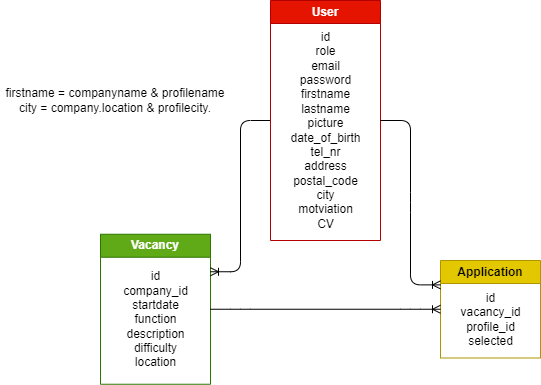
Earlier version of the draw.io export documents/design/VAC-ERD-Uitgewerkt-gegevensmodel-TV-v2.drawio.png (TizianoVotano/educom-symfony). Source tidied: cells renumbered, new cells last; positions are measured from the earlier drawing's top-left corner, leaving out a move shared by most shapes. Source of this version:
```xml
<mxGraphModel background="#ffffff">
  <root>
    <mxCell id="0" />
    <mxCell id="1" parent="0" />
    <mxCell id="2" value="Vacancy" style="swimlane;whiteSpace=wrap;html=1;fillColor=#60a917;fontColor=#ffffff;strokeColor=#2D7600;" parent="1" vertex="1">
      <mxGeometry x="100" y="233.8" width="110" height="150" as="geometry" />
    </mxCell>
    <mxCell id="3" value="&lt;div&gt;id&lt;/div&gt;&lt;div&gt;company_id&lt;br&gt;&lt;/div&gt;&lt;div&gt;startdate&lt;/div&gt;&lt;div&gt;function&lt;/div&gt;&lt;div&gt;description&lt;/div&gt;&lt;div&gt;difficulty&lt;/div&gt;&lt;div&gt;location&lt;/div&gt;" style="text;html=1;align=center;verticalAlign=middle;strokeColor=none;fillColor=none;fontColor=#000000;" parent="2" vertex="1">
      <mxGeometry x="10" y="30" width="90" height="110" as="geometry" />
    </mxCell>
    <mxCell id="4" value="Application" style="swimlane;whiteSpace=wrap;html=1;fillColor=#e3c800;fontColor=#000000;strokeColor=#B09500;" parent="1" vertex="1">
      <mxGeometry x="440" y="260" width="100" height="97.5" as="geometry" />
    </mxCell>
    <mxCell id="5" value="&lt;div&gt;id&lt;/div&gt;&lt;div&gt;vacancy_id&lt;/div&gt;&lt;div&gt;profile_id&lt;/div&gt;&lt;div&gt;selected&lt;/div&gt;" style="text;html=1;align=center;verticalAlign=middle;strokeColor=none;fillColor=none;fontColor=#000000;" parent="4" vertex="1">
      <mxGeometry x="10" y="23.8" width="80" height="70" as="geometry" />
    </mxCell>
    <mxCell id="6" style="edgeStyle=entityRelationEdgeStyle;fontSize=12;html=1;endArrow=ERoneToMany;exitX=0;exitY=0.5;exitDx=0;exitDy=0;entryX=1;entryY=0.25;entryDx=0;entryDy=0;strokeColor=#000000;" parent="1" edge="1" source="8" target="2">
      <mxGeometry relative="1" as="geometry" />
    </mxCell>
    <mxCell id="7" style="edgeStyle=entityRelationEdgeStyle;fontSize=12;html=1;endArrow=ERoneToMany;entryX=0;entryY=0.5;entryDx=0;entryDy=0;exitX=1;exitY=0.5;exitDx=0;exitDy=0;strokeColor=#000000;" parent="1" edge="1" source="2" target="4">
      <mxGeometry relative="1" as="geometry" />
    </mxCell>
    <mxCell id="8" value="User" style="swimlane;whiteSpace=wrap;html=1;fillColor=#e51400;fontColor=#ffffff;strokeColor=#B20000;" parent="1" vertex="1">
      <mxGeometry x="270" width="110" height="240" as="geometry" />
    </mxCell>
    <mxCell id="9" value="&lt;div&gt;id&lt;/div&gt;&lt;div&gt;role&lt;/div&gt;&lt;div&gt;email&lt;/div&gt;&lt;div&gt;password&lt;/div&gt;&lt;div&gt;firstname&lt;/div&gt;&lt;div&gt;lastname&lt;/div&gt;&lt;div&gt;picture&lt;/div&gt;&lt;div&gt;date_of_birth&lt;/div&gt;&lt;div&gt;tel_nr&lt;/div&gt;&lt;div&gt;address&lt;/div&gt;&lt;div&gt;postal_code&lt;/div&gt;&lt;div&gt;city&lt;/div&gt;&lt;div&gt;motviation&lt;/div&gt;&lt;div&gt;CV&lt;/div&gt;" style="text;html=1;align=center;verticalAlign=middle;strokeColor=none;fillColor=none;fontColor=#000000;" parent="8" vertex="1">
      <mxGeometry x="10" y="25" width="90" height="210" as="geometry" />
    </mxCell>
    <mxCell id="10" style="edgeStyle=entityRelationEdgeStyle;fontSize=12;html=1;endArrow=ERoneToMany;strokeColor=#000000;exitX=1;exitY=0.5;exitDx=0;exitDy=0;entryX=0;entryY=0.25;entryDx=0;entryDy=0;" parent="1" edge="1" source="8" target="4">
      <mxGeometry relative="1" as="geometry" />
    </mxCell>
    <mxCell id="11" value="firstname = companyname &amp;amp; profilename&lt;br&gt;city = company.location &amp;amp; profilecity." style="text;html=1;strokeColor=none;fillColor=none;align=center;verticalAlign=middle;whiteSpace=wrap;rounded=0;fontColor=#000000;" parent="1" vertex="1">
      <mxGeometry y="70" width="230" height="60" as="geometry" />
    </mxCell>
  </root>
</mxGraphModel>
```
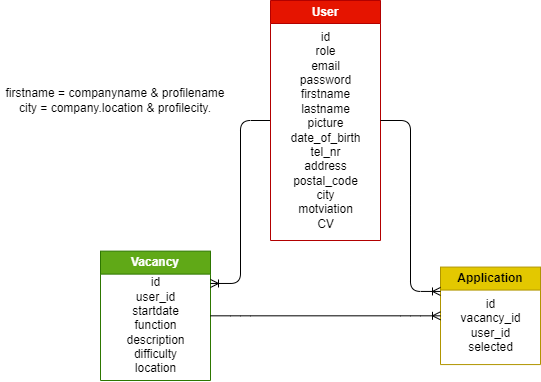
Above is the later version.

Diff of the diagram source:
```diff
@@ -3,15 +3,15 @@
     <mxCell id="0" />
     <mxCell id="1" parent="0" />
     <mxCell id="2" value="Vacancy" style="swimlane;whiteSpace=wrap;html=1;fillColor=#60a917;fontColor=#ffffff;strokeColor=#2D7600;" parent="1" vertex="1">
-      <mxGeometry x="100" y="233.8" width="110" height="150" as="geometry" />
+      <mxGeometry x="100" y="250.6" width="110" height="129.4" as="geometry" />
     </mxCell>
-    <mxCell id="3" value="&lt;div&gt;id&lt;/div&gt;&lt;div&gt;company_id&lt;br&gt;&lt;/div&gt;&lt;div&gt;startdate&lt;/div&gt;&lt;div&gt;function&lt;/div&gt;&lt;div&gt;description&lt;/div&gt;&lt;div&gt;difficulty&lt;/div&gt;&lt;div&gt;location&lt;/div&gt;" style="text;html=1;align=center;verticalAlign=middle;strokeColor=none;fillColor=none;fontColor=#000000;" parent="2" vertex="1">
-      <mxGeometry x="10" y="30" width="90" height="110" as="geometry" />
+    <mxCell id="3" value="&lt;div&gt;id&lt;/div&gt;&lt;div&gt;user_id&lt;/div&gt;&lt;div&gt;startdate&lt;/div&gt;&lt;div&gt;function&lt;/div&gt;&lt;div&gt;description&lt;/div&gt;&lt;div&gt;difficulty&lt;/div&gt;&lt;div&gt;location&lt;/div&gt;" style="text;html=1;align=center;verticalAlign=middle;strokeColor=none;fillColor=none;fontColor=#000000;" parent="2" vertex="1">
+      <mxGeometry x="15" y="19.7" width="80" height="110" as="geometry" />
     </mxCell>
     <mxCell id="4" value="Application" style="swimlane;whiteSpace=wrap;html=1;fillColor=#e3c800;fontColor=#000000;strokeColor=#B09500;" parent="1" vertex="1">
-      <mxGeometry x="440" y="260" width="100" height="97.5" as="geometry" />
+      <mxGeometry x="440" y="266.6" width="100" height="97.5" as="geometry" />
     </mxCell>
-    <mxCell id="5" value="&lt;div&gt;id&lt;/div&gt;&lt;div&gt;vacancy_id&lt;/div&gt;&lt;div&gt;profile_id&lt;/div&gt;&lt;div&gt;selected&lt;/div&gt;" style="text;html=1;align=center;verticalAlign=middle;strokeColor=none;fillColor=none;fontColor=#000000;" parent="4" vertex="1">
+    <mxCell id="5" value="&lt;div&gt;id&lt;/div&gt;&lt;div&gt;vacancy_id&lt;/div&gt;&lt;div&gt;user_id&lt;/div&gt;&lt;div&gt;selected&lt;/div&gt;" style="text;html=1;align=center;verticalAlign=middle;strokeColor=none;fillColor=none;fontColor=#000000;" parent="4" vertex="1">
       <mxGeometry x="10" y="23.8" width="80" height="70" as="geometry" />
     </mxCell>
     <mxCell id="6" style="edgeStyle=entityRelationEdgeStyle;fontSize=12;html=1;endArrow=ERoneToMany;exitX=0;exitY=0.5;exitDx=0;exitDy=0;entryX=1;entryY=0.25;entryDx=0;entryDy=0;strokeColor=#000000;" parent="1" edge="1" source="8" target="2">
```
